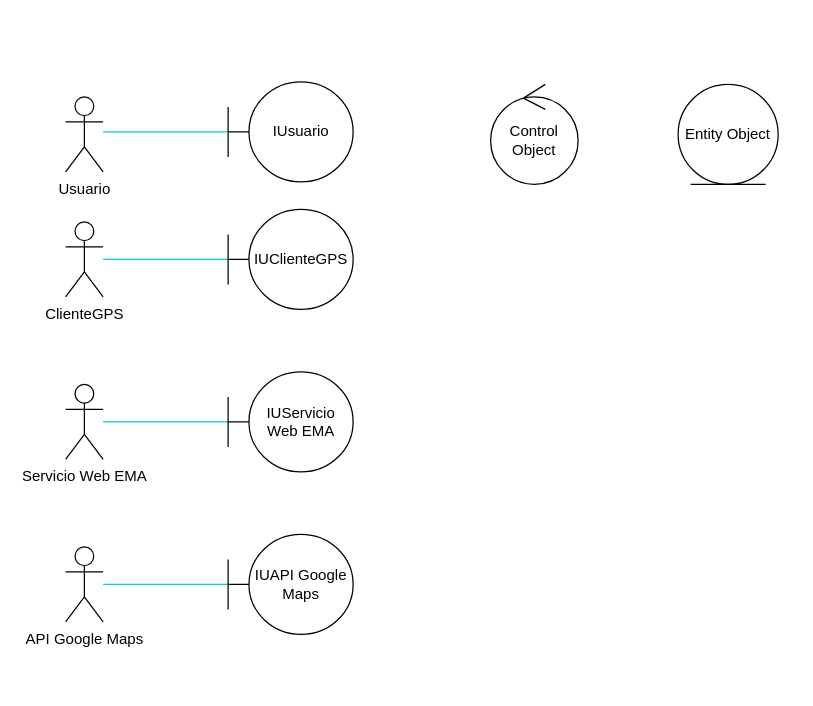
Earlier version of the draw.io diagram Untitled Diagram.drawio (JCAMRO5/Notify). Source tidied: cells renumbered, new cells numbered last; positions are measured from the earlier drawing's top-left corner, leaving out a move shared by most shapes. Both pictures are drawn from the tidied source at 125%, with x=0, y=0 at pixel (65, 81).
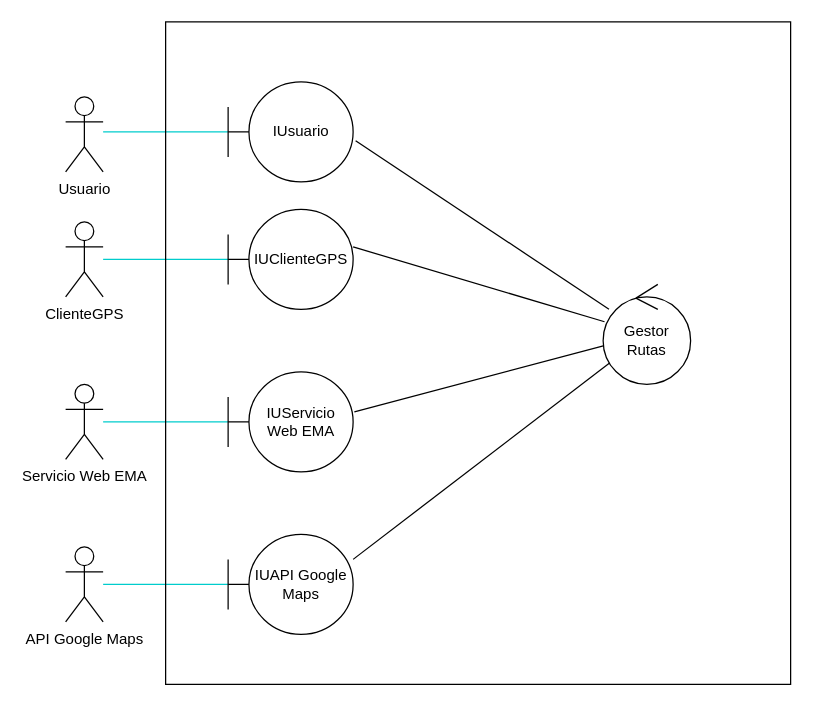
After the change.

Unchanged cells that the change refers to:
```xml
<mxCell id="4" value="IUsuario" style="shape=umlBoundary;whiteSpace=wrap;html=1;" parent="1" vertex="1">
  <mxGeometry x="130" width="100" height="80" as="geometry" />
</mxCell>
<mxCell id="8" value="IUClienteGPS" style="shape=umlBoundary;whiteSpace=wrap;html=1;" parent="1" vertex="1">
  <mxGeometry x="130" y="102" width="100" height="80" as="geometry" />
</mxCell>
<mxCell id="13" value="IUServicio Web EMA" style="shape=umlBoundary;whiteSpace=wrap;html=1;" parent="1" vertex="1">
  <mxGeometry x="130" y="232" width="100" height="80" as="geometry" />
</mxCell>
<mxCell id="15" value="IUAPI Google Maps" style="shape=umlBoundary;whiteSpace=wrap;html=1;" parent="1" vertex="1">
  <mxGeometry x="130" y="362" width="100" height="80" as="geometry" />
</mxCell>
```

Change to the diagram source:
```diff
@@
-    <mxCell id="5" value="Entity Object" style="ellipse;shape=umlEntity;whiteSpace=wrap;html=1;" parent="1" vertex="1">
-      <mxGeometry x="490" y="2" width="80" height="80" as="geometry" />
-    </mxCell>
+    <mxCell id="16" style="rounded=0;jettySize=auto;html=1;entryX=1.02;entryY=0.588;entryDx=0;entryDy=0;entryPerimeter=0;endArrow=none;endFill=0;" parent="1" edge="1" source="6" target="4">
+      <mxGeometry relative="1" as="geometry" />
+    </mxCell>
+    <mxCell id="17" style="edgeStyle=none;rounded=0;jettySize=auto;html=1;entryX=1;entryY=0.375;entryDx=0;entryDy=0;entryPerimeter=0;endArrow=none;endFill=0;" parent="1" edge="1" source="6" target="8">
+      <mxGeometry relative="1" as="geometry" />
+    </mxCell>
+    <mxCell id="18" style="edgeStyle=none;rounded=0;jettySize=auto;html=1;entryX=1.01;entryY=0.4;entryDx=0;entryDy=0;entryPerimeter=0;endArrow=none;endFill=0;" parent="1" edge="1" source="6" target="13">
+      <mxGeometry relative="1" as="geometry" />
+    </mxCell>
+    <mxCell id="19" style="edgeStyle=none;rounded=0;jettySize=auto;html=1;entryX=1;entryY=0.25;entryDx=0;entryDy=0;entryPerimeter=0;endArrow=none;endFill=0;" parent="1" edge="1" source="6" target="15">
+      <mxGeometry relative="1" as="geometry" />
+    </mxCell>
-    <mxCell id="6" value="Control Object" style="ellipse;shape=umlControl;whiteSpace=wrap;html=1;" parent="1" vertex="1">
-      <mxGeometry x="340" y="2" width="70" height="80" as="geometry" />
+    <mxCell id="6" value="Gestor Rutas" style="ellipse;shape=umlControl;whiteSpace=wrap;html=1;" parent="1" vertex="1">
+      <mxGeometry x="430" y="162" width="70" height="80" as="geometry" />
     </mxCell>
@@
+    <mxCell id="20" style="rounded=0;whiteSpace=wrap;html=1;fillColor=none;" parent="1" vertex="1">
+      <mxGeometry x="80" y="-48" width="500" height="530" as="geometry" />
+    </mxCell>
```
